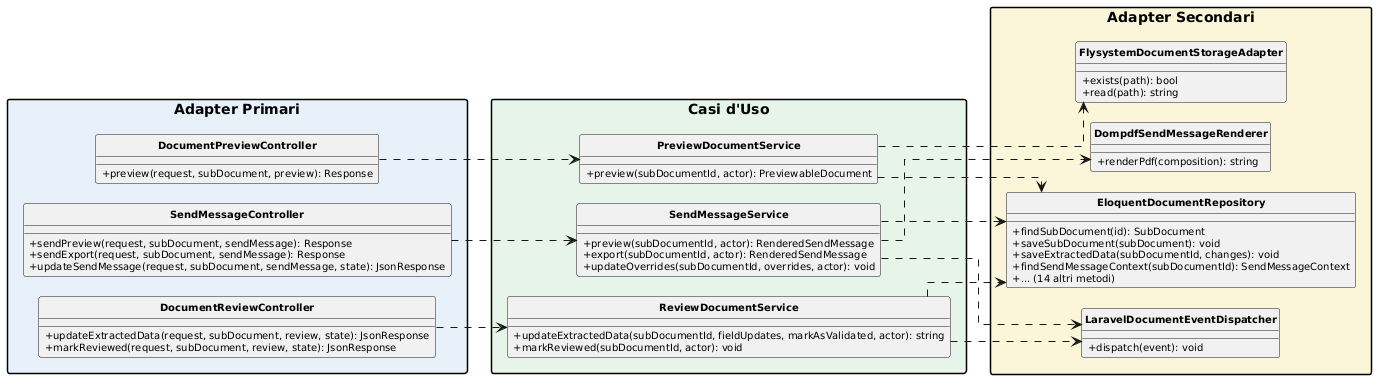
Earlier version of the PlantUML export PB/Specifica Tecnica/ImmaginiSpecificaTecnica/Esagonale/documents-partial-review.png (aLittleByte-19/Documentazione). The source it was exported from:
```plantuml
@startuml
skinparam classAttributeIconSize 0
skinparam classFontStyle bold
skinparam classFontSize 12
skinparam classAttributeFontSize 10
skinparam shadowing false
skinparam packageStyle rectangle
skinparam nodesep 20
skinparam ranksep 30
skinparam linetype ortho
hide circle
left to right direction

package "Adapter Primari" #E8F1FA {
  class DocumentReviewController {
    +updateExtractedData(request, subDocument, review, state): JsonResponse
    +markReviewed(request, subDocument, review, state): JsonResponse
  }
  class DocumentPreviewController {
    +preview(request, subDocument, preview): Response
  }
  class SendMessageController {
    +sendPreview(request, subDocument, sendMessage): Response
    +sendExport(request, subDocument, sendMessage): Response
    +updateSendMessage(request, subDocument, sendMessage, state): JsonResponse
  }
}

package "Casi d'Uso" #E6F4EA {
  class ReviewDocumentService {
    +updateExtractedData(subDocumentId, fieldUpdates, markAsValidated, actor): string
    +markReviewed(subDocumentId, actor): void
  }
  class PreviewDocumentService {
    +preview(subDocumentId, actor): PreviewableDocument
  }
  class SendMessageService {
    +preview(subDocumentId, actor): RenderedSendMessage
    +export(subDocumentId, actor): RenderedSendMessage
    +updateOverrides(subDocumentId, overrides, actor): void
  }
}

package "Adapter Secondari" #FBF6D9 {
  class EloquentDocumentRepository {
    +findSubDocument(id): SubDocument
    +saveSubDocument(subDocument): void
    +saveExtractedData(subDocumentId, changes): void
    +findSendMessageContext(subDocumentId): SendMessageContext
    +... (14 altri metodi)
  }
  class FlysystemDocumentStorageAdapter {
    +exists(path): bool
    +read(path): string
  }
  class DompdfSendMessageRenderer {
    +renderPdf(composition): string
  }
  class LaravelDocumentEventDispatcher {
    +dispatch(event): void
  }
}

DocumentReviewController ..> ReviewDocumentService
DocumentPreviewController ..> PreviewDocumentService
SendMessageController ..> SendMessageService

ReviewDocumentService ..> EloquentDocumentRepository
ReviewDocumentService ..> LaravelDocumentEventDispatcher

PreviewDocumentService ..> EloquentDocumentRepository
PreviewDocumentService ..> FlysystemDocumentStorageAdapter

SendMessageService ..> EloquentDocumentRepository
SendMessageService ..> DompdfSendMessageRenderer
SendMessageService ..> LaravelDocumentEventDispatcher
@enduml
```
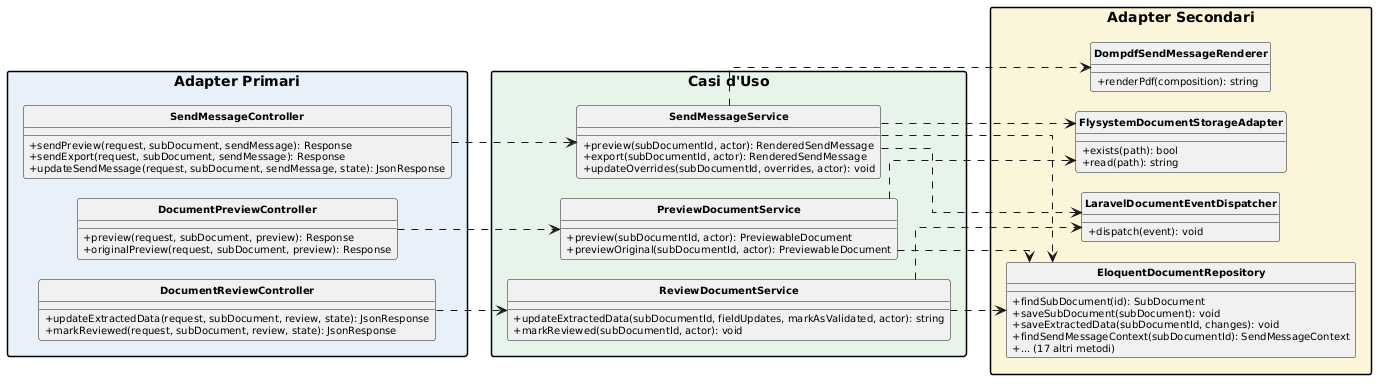
After the commit.

The edit, as a diff of the source:
```diff
@@ -18,6 +18,7 @@
   }
   class DocumentPreviewController {
     +preview(request, subDocument, preview): Response
+    +originalPreview(request, subDocument, preview): Response
   }
   class SendMessageController {
     +sendPreview(request, subDocument, sendMessage): Response
@@ -33,6 +34,7 @@
   }
   class PreviewDocumentService {
     +preview(subDocumentId, actor): PreviewableDocument
+    +previewOriginal(subDocumentId, actor): PreviewableDocument
   }
   class SendMessageService {
     +preview(subDocumentId, actor): RenderedSendMessage
@@ -47,7 +49,7 @@
     +saveSubDocument(subDocument): void
     +saveExtractedData(subDocumentId, changes): void
     +findSendMessageContext(subDocumentId): SendMessageContext
-    +... (14 altri metodi)
+    +... (17 altri metodi)
   }
   class FlysystemDocumentStorageAdapter {
     +exists(path): bool
@@ -73,5 +75,6 @@
 
 SendMessageService ..> EloquentDocumentRepository
 SendMessageService ..> DompdfSendMessageRenderer
+SendMessageService ..> FlysystemDocumentStorageAdapter
 SendMessageService ..> LaravelDocumentEventDispatcher
 @enduml
```
